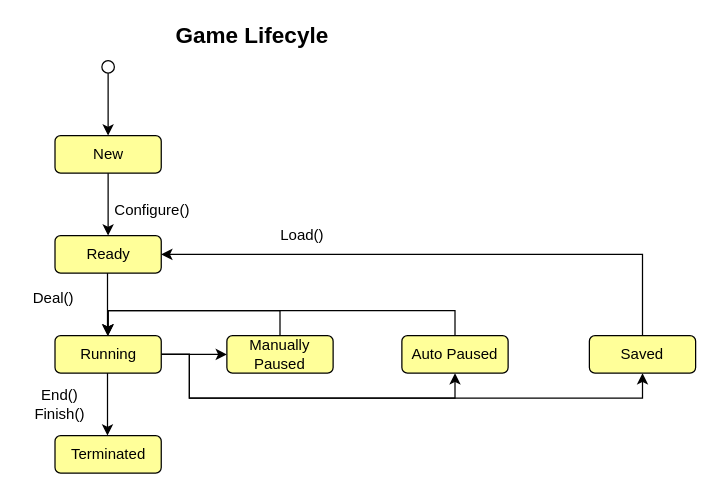
Earlier version of the draw.io diagram page "Game Lifecycle" (1 of 5) of diagrams/EntityLifcycle.drawio (moodaye/pokerIndia). Source tidied: cells renumbered, new cells numbered last; positions are measured from the earlier drawing's top-left corner, leaving out a move shared by most shapes. Both pictures are drawn from the tidied source at 125%, with x=0, y=0 at pixel (21, 22).
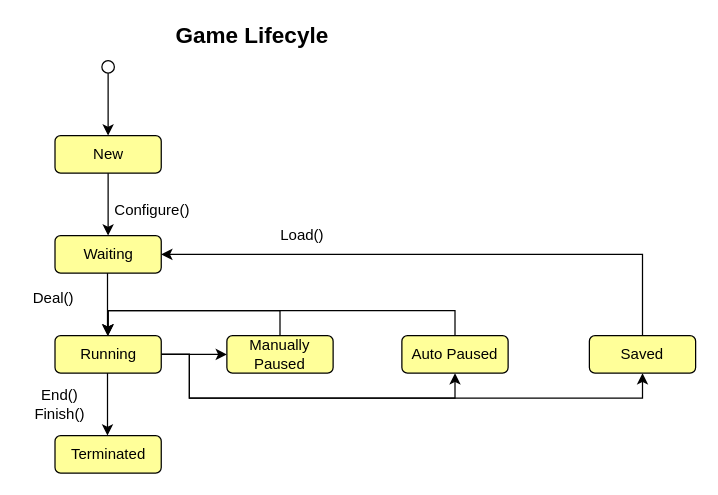
The same diagram, later.

The edit, as a diff of the source:
```diff
@@
-    <mxCell id="3" value="Ready" style="rounded=1;whiteSpace=wrap;html=1;fillColor=#FFFF99;" parent="1" vertex="1">
+    <mxCell id="3" value="Waiting" style="rounded=1;whiteSpace=wrap;html=1;fillColor=#FFFF99;" parent="1" vertex="1">
       <mxGeometry x="26.5" y="170" width="85" height="30" as="geometry" />
     </mxCell>
```
